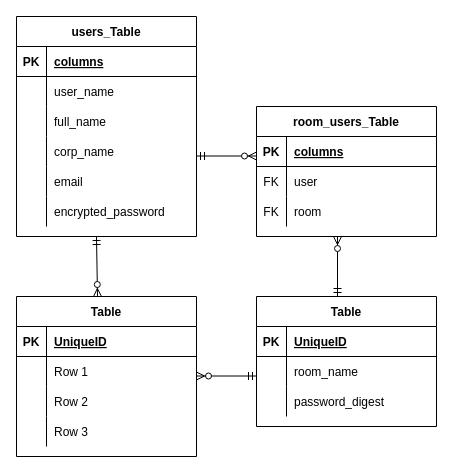
The draw.io diagram ER.dio in Tac-O-Lanthan/revision-chat747, before the edit. Source tidied: cells renumbered, new cells numbered last; positions are measured from the earlier drawing's top-left corner, leaving out a move shared by most shapes. Both pictures are drawn from the tidied source at 100%, with x=0, y=0 at pixel (16, 16).
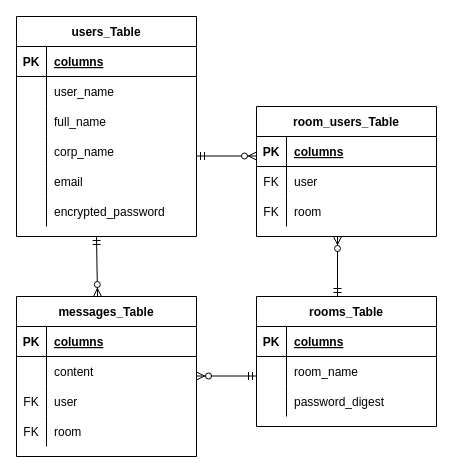
Above is the later version.

Commit message:
ER図作成（修正）

The change refers to these unchanged cells:
```xml
<mxCell id="32" style="shape=partialRectangle;fillColor=none;top=0;left=0;bottom=1;right=0;" parent="31" vertex="1">
  <mxGeometry y="30" width="180" height="30" as="geometry" />
</mxCell>
<mxCell id="42" style="shape=partialRectangle;fillColor=none;top=0;left=0;bottom=1;right=0;" parent="41" vertex="1">
  <mxGeometry y="30" width="180" height="30" as="geometry" />
</mxCell>
<mxCell id="45" style="shape=partialRectangle;fillColor=none;top=0;left=0;bottom=0;right=0;" parent="41" vertex="1">
  <mxGeometry y="60" width="180" height="30" as="geometry" />
</mxCell>
<mxCell id="48" style="shape=partialRectangle;fillColor=none;top=0;left=0;bottom=0;right=0;" parent="41" vertex="1">
  <mxGeometry y="90" width="180" height="30" as="geometry" />
</mxCell>
<mxCell id="51" style="shape=partialRectangle;fillColor=none;top=0;left=0;bottom=0;right=0;" parent="41" vertex="1">
  <mxGeometry y="120" width="180" height="30" as="geometry" />
</mxCell>
```

The edit, as a diff of the source:
```diff
@@
-    <mxCell id="31" value="Table" style="shape=table;startSize=30;childLayout=tableLayout;rowLines=0;fontStyle=1;align=center;" parent="1" vertex="1">
+    <mxCell id="31" value="rooms_Table" style="shape=table;startSize=30;childLayout=tableLayout;rowLines=0;fontStyle=1;align=center;" parent="1" vertex="1">
       <mxGeometry x="240" y="280" width="180" height="130" as="geometry" />
     </mxCell>
@@
-    <mxCell id="34" value="UniqueID" style="shape=partialRectangle;fillColor=none;top=0;left=0;bottom=0;right=0;align=left;spacingLeft=6;fontStyle=5;overflow=hidden;" parent="32" vertex="1">
+    <mxCell id="34" value="columns" style="shape=partialRectangle;fillColor=none;top=0;left=0;bottom=0;right=0;align=left;spacingLeft=6;fontStyle=5;overflow=hidden;" parent="32" vertex="1">
       <mxGeometry x="30" width="150" height="30" as="geometry" />
     </mxCell>
@@
-    <mxCell id="41" value="Table" style="shape=table;startSize=30;childLayout=tableLayout;rowLines=0;fontStyle=1;align=center;" parent="1" vertex="1">
+    <mxCell id="41" value="messages_Table" style="shape=table;startSize=30;childLayout=tableLayout;rowLines=0;fontStyle=1;align=center;" parent="1" vertex="1">
       <mxGeometry y="280" width="180" height="160" as="geometry" />
     </mxCell>
@@
-    <mxCell id="44" value="UniqueID" style="shape=partialRectangle;fillColor=none;top=0;left=0;bottom=0;right=0;align=left;spacingLeft=6;fontStyle=5;overflow=hidden;" parent="42" vertex="1">
+    <mxCell id="44" value="columns" style="shape=partialRectangle;fillColor=none;top=0;left=0;bottom=0;right=0;align=left;spacingLeft=6;fontStyle=5;overflow=hidden;" parent="42" vertex="1">
       <mxGeometry x="30" width="150" height="30" as="geometry" />
     </mxCell>
@@
-    <mxCell id="47" value="Row 1" style="shape=partialRectangle;fillColor=none;top=0;left=0;bottom=0;right=0;align=left;spacingLeft=6;overflow=hidden;" parent="45" vertex="1">
+    <mxCell id="47" value="content" style="shape=partialRectangle;fillColor=none;top=0;left=0;bottom=0;right=0;align=left;spacingLeft=6;overflow=hidden;" parent="45" vertex="1">
       <mxGeometry x="30" width="150" height="30" as="geometry" />
     </mxCell>
@@
-    <mxCell id="49" style="shape=partialRectangle;fillColor=none;top=0;left=0;bottom=0;right=0;overflow=hidden;" parent="48" vertex="1">
+    <mxCell id="49" value="FK" style="shape=partialRectangle;fillColor=none;top=0;left=0;bottom=0;right=0;overflow=hidden;" parent="48" vertex="1">
       <mxGeometry width="30" height="30" as="geometry" />
     </mxCell>
-    <mxCell id="50" value="Row 2" style="shape=partialRectangle;fillColor=none;top=0;left=0;bottom=0;right=0;align=left;spacingLeft=6;overflow=hidden;" parent="48" vertex="1">
+    <mxCell id="50" value="user" style="shape=partialRectangle;fillColor=none;top=0;left=0;bottom=0;right=0;align=left;spacingLeft=6;overflow=hidden;" parent="48" vertex="1">
       <mxGeometry x="30" width="150" height="30" as="geometry" />
     </mxCell>
@@
-    <mxCell id="52" style="shape=partialRectangle;fillColor=none;top=0;left=0;bottom=0;right=0;overflow=hidden;" parent="51" vertex="1">
+    <mxCell id="52" value="FK" style="shape=partialRectangle;fillColor=none;top=0;left=0;bottom=0;right=0;overflow=hidden;" parent="51" vertex="1">
       <mxGeometry width="30" height="30" as="geometry" />
     </mxCell>
-    <mxCell id="53" value="Row 3" style="shape=partialRectangle;fillColor=none;top=0;left=0;bottom=0;right=0;align=left;spacingLeft=6;overflow=hidden;" parent="51" vertex="1">
+    <mxCell id="53" value="room" style="shape=partialRectangle;fillColor=none;top=0;left=0;bottom=0;right=0;align=left;spacingLeft=6;overflow=hidden;" parent="51" vertex="1">
       <mxGeometry x="30" width="150" height="30" as="geometry" />
     </mxCell>
```
